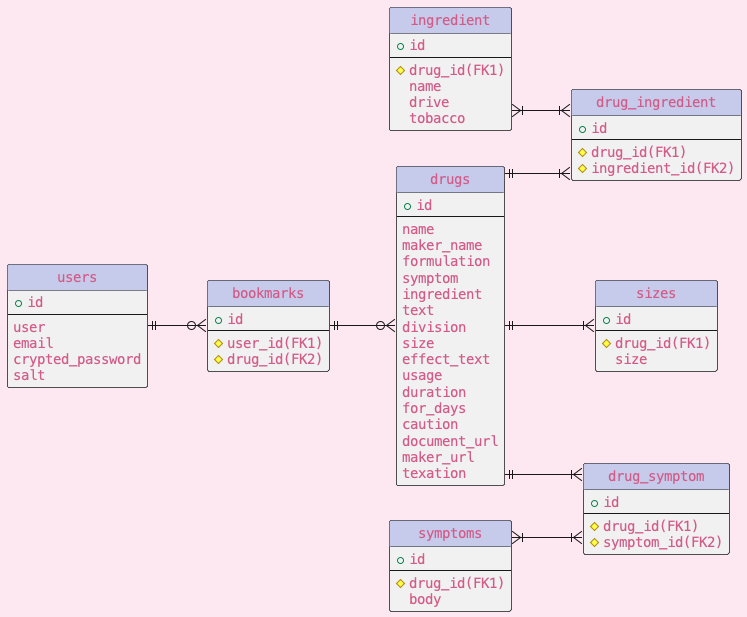
The PlantUML diagram out/@startuml/@startuml.png in CarbazochromeT/drug_app, before a commit.
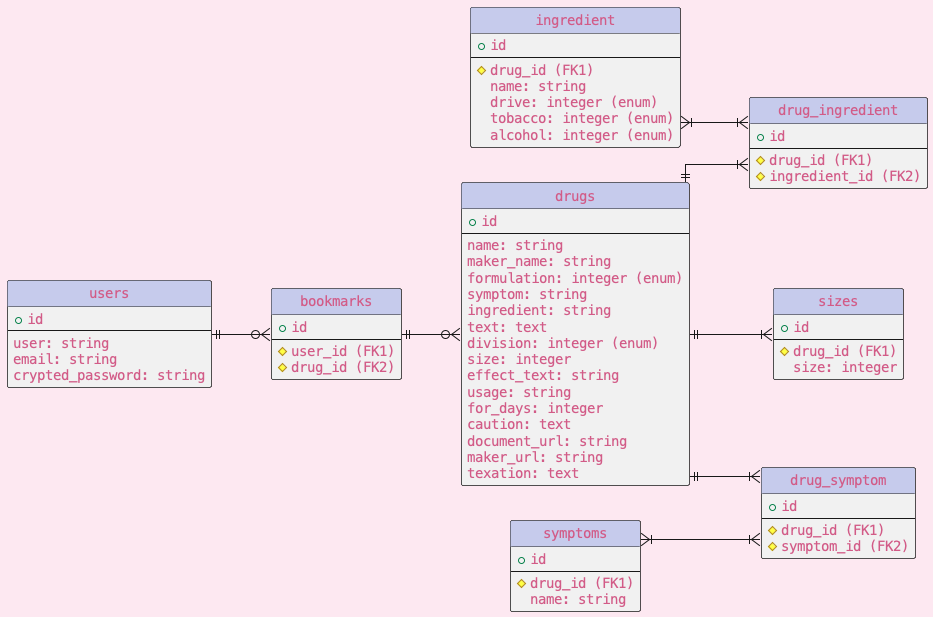
Above is the later version.

What changed in the source:
```diff
@@ -14,60 +14,60 @@
 entity "drugs" as e01 {
 + id
 --
-name
-maker_name
-formulation
-symptom
-ingredient
-text
-division
-size
-effect_text
-usage
-duration
-for_days
-caution
-document_url
-maker_url
-texation
+name: string
+maker_name: string
+formulation: integer (enum)
+symptom: string
+ingredient: string
+text: text
+division: integer (enum)
+size: integer
+effect_text: string
+usage: string
+for_days: integer
+caution: text
+document_url: string
+maker_url: string
+texation: text
 }
 
 entity "ingredient" as e02 {
 + id
 --
-# drug_id(FK1)
-name
-drive
-tobacco
+# drug_id (FK1)
+name: string
+drive: integer (enum)
+tobacco: integer (enum)
+alcohol: integer (enum)
 }
 
 entity "drug_ingredient" as e08 {
 + id
 --
-# drug_id(FK1)
-# ingredient_id(FK2)
+# drug_id (FK1)
+# ingredient_id (FK2)
 }
 
 entity "symptoms" as e03 {
 + id
 --
-# drug_id(FK1)
-body
+# drug_id (FK1)
+name: string
 }
 
 entity "drug_symptom" as e09 {
 + id
 --
-# drug_id(FK1)
-# symptom_id(FK2)
+# drug_id (FK1)
+# symptom_id (FK2)
 }
 
 
 entity "sizes" as e05 {
 + id
 --
-# drug_id(FK1)
-size
+# drug_id (FK1)
+size: integer
 }
 
 
@@ -75,17 +75,16 @@
 entity "users" as e06 {
 + id
 --
-user
-email
-crypted_password
-salt
+user: string
+email: string
+crypted_password: string
 }
 
 entity "bookmarks" as e07 {
 + id
 --
-# user_id(FK1)
-# drug_id(FK2)
+# user_id (FK1)
+# drug_id (FK2)
 }
 
 e01 ||--|{ e08
```
